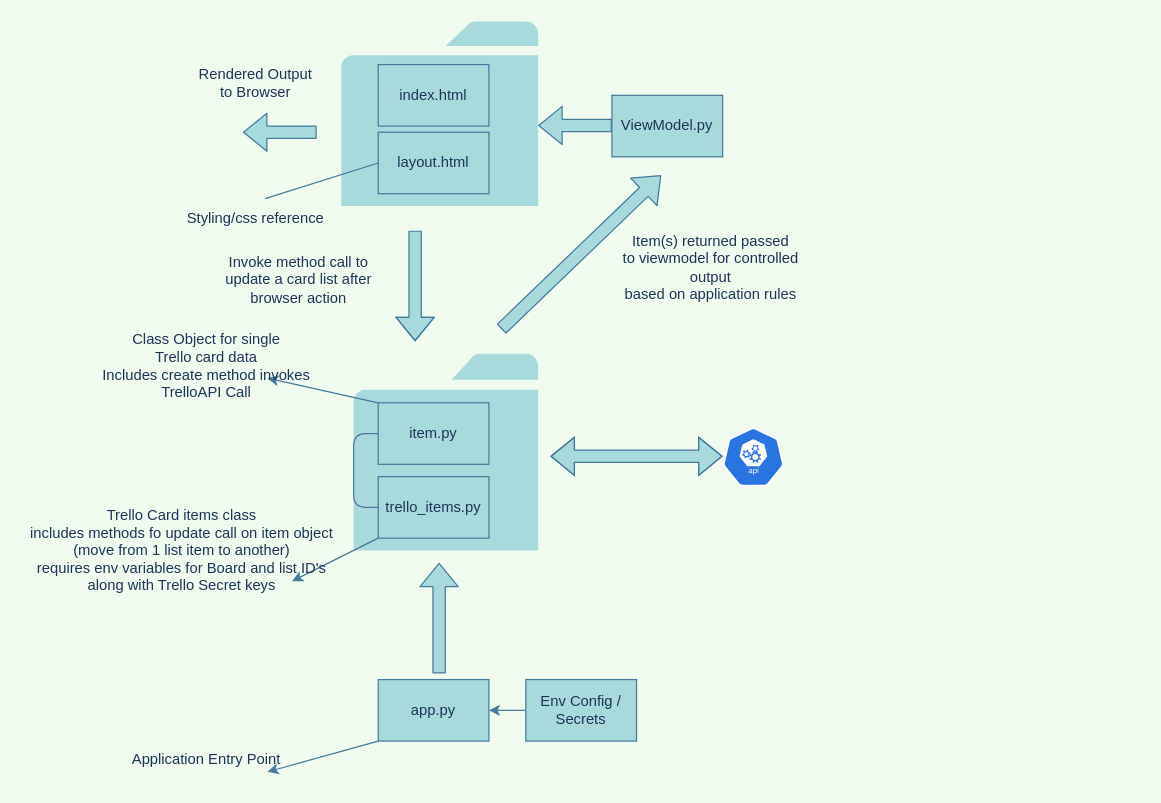
Cliver67/DevOps-Course-Starter keeps this draw.io diagram as documentation/Componentdiagram.drawio. Above is the earlier version. Source tidied: cells renumbered, new cells numbered last; positions are measured from the earlier drawing's top-left corner, leaving out a move shared by most shapes. Both pictures are drawn from the tidied source at 123%, with x=0, y=0 at pixel (21, 21).
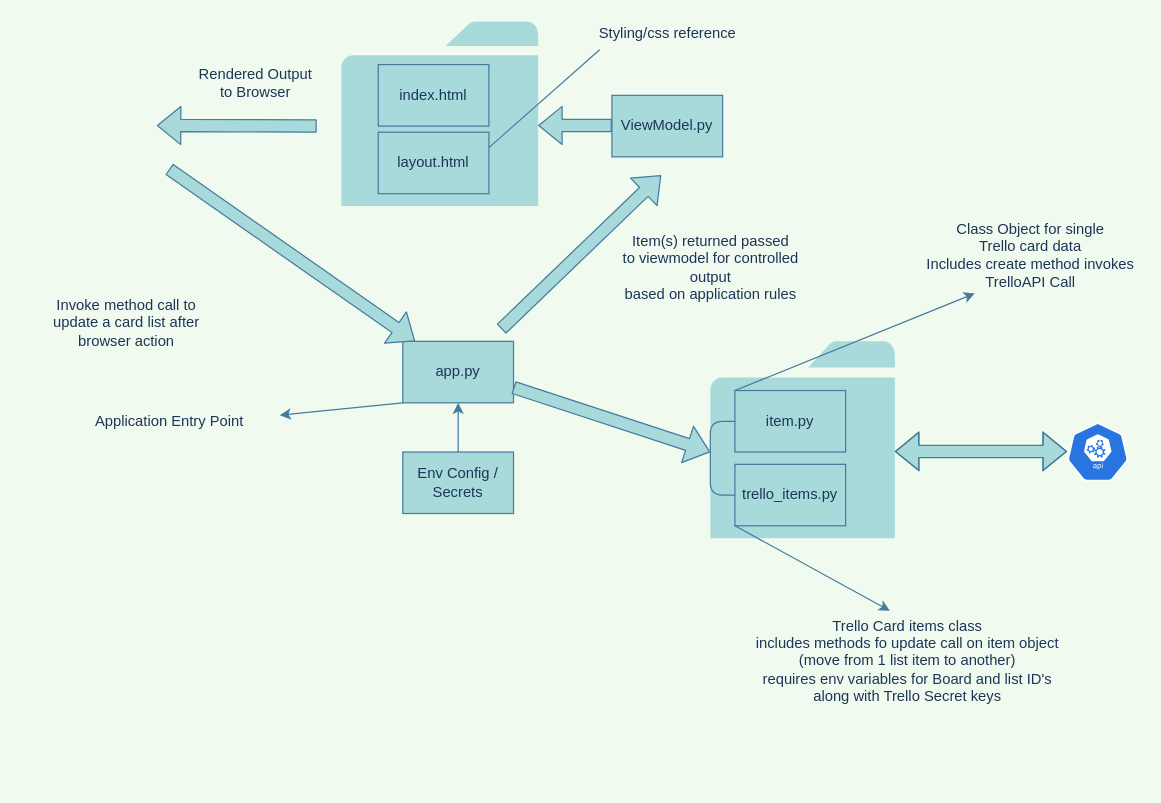
The same diagram, later.

Unchanged cells that the change refers to:
```xml
<mxCell id="5" value="layout.html" style="rounded=0;whiteSpace=wrap;html=1;sketch=0;fontColor=#1D3557;strokeColor=#457B9D;fillColor=#A8DADC;" parent="1" vertex="1">
  <mxGeometry x="290" y="90" width="90" height="50" as="geometry" />
</mxCell>
```

What changed in the source:
```diff
@@
     <mxCell id="3" style="shadow=0;dashed=0;html=1;strokeColor=none;labelPosition=center;verticalLabelPosition=bottom;verticalAlign=top;align=center;shape=mxgraph.office.concepts.folder;fillColor=#A8DADC;rounded=0;sketch=0;fontColor=#1D3557;" parent="1" vertex="1">
-      <mxGeometry x="270" y="270" width="150" height="160" as="geometry" />
+      <mxGeometry x="560" y="260" width="150" height="160" as="geometry" />
     </mxCell>
@@
     <mxCell id="6" style="shape=flexArrow;endArrow=classic;html=1;fontColor=#1D3557;strokeColor=#457B9D;fillColor=#A8DADC;labelBackgroundColor=#F1FAEE;" parent="1" edge="1">
       <mxGeometry relative="1" as="geometry">
-        <mxPoint x="240" y="90" as="sourcePoint" />
-        <mxPoint x="180" y="90" as="targetPoint" />
+        <mxPoint x="240" y="85" as="sourcePoint" />
+        <mxPoint x="110" y="84.5" as="targetPoint" />
       </mxGeometry>
     </mxCell>
@@
     <mxCell id="10" value="Invoke method call to &lt;br&gt;update a card list after &lt;br&gt;browser action" style="text;html=1;align=center;verticalAlign=middle;strokeColor=none;fontColor=#1D3557;" parent="1" vertex="1">
-      <mxGeometry x="160" y="185" width="130" height="50" as="geometry" />
+      <mxGeometry x="20" y="220" width="130" height="50" as="geometry" />
     </mxCell>
@@
     <mxCell id="12" value="trello_items.py" style="rounded=0;whiteSpace=wrap;html=1;sketch=0;fontColor=#1D3557;strokeColor=#457B9D;fillColor=#A8DADC;" parent="1" vertex="1">
-      <mxGeometry x="290" y="370" width="90" height="50" as="geometry" />
+      <mxGeometry x="580" y="360" width="90" height="50" as="geometry" />
     </mxCell>
@@
     <mxCell id="14" value="item.py" style="rounded=0;whiteSpace=wrap;html=1;sketch=0;fontColor=#1D3557;strokeColor=#457B9D;fillColor=#A8DADC;" parent="1" vertex="1">
-      <mxGeometry x="290" y="310" width="90" height="50" as="geometry" />
+      <mxGeometry x="580" y="300" width="90" height="50" as="geometry" />
     </mxCell>
     <mxCell id="15" value="Styling/css reference" style="text;html=1;align=center;verticalAlign=middle;points=[];strokeColor=none;fontColor=#1D3557;" parent="1" vertex="1">
-      <mxGeometry x="125" y="150" width="130" height="20" as="geometry" />
+      <mxGeometry x="460" width="130" height="20" as="geometry" />
     </mxCell>
-    <mxCell id="16" style="endArrow=classic;html=1;fontColor=#1D3557;strokeColor=#457B9D;fillColor=#A8DADC;exitX=0;exitY=0;exitDx=0;exitDy=0;" parent="1" edge="1" source="14">
-      <mxGeometry relative="1" as="geometry">
-        <mxPoint x="200" y="290" as="targetPoint" />
-      </mxGeometry>
+    <mxCell id="16" style="endArrow=classic;html=1;fontColor=#1D3557;strokeColor=#457B9D;fillColor=#A8DADC;exitX=0;exitY=0;exitDx=0;exitDy=0;entryX=0.25;entryY=1.017;entryDx=0;entryDy=0;entryPerimeter=0;" parent="1" edge="1" source="14" target="18">
+      <mxGeometry relative="1" as="geometry" />
     </mxCell>
-    <mxCell id="17" style="endArrow=none;html=1;fontColor=#1D3557;strokeColor=#457B9D;fillColor=#A8DADC;entryX=0;entryY=0.5;entryDx=0;entryDy=0;exitX=0.562;exitY=-0.3;exitDx=0;exitDy=0;exitPerimeter=0;endFill=0;" parent="1" edge="1" source="15" target="5">
+    <mxCell id="17" style="endArrow=none;html=1;fontColor=#1D3557;strokeColor=#457B9D;fillColor=#A8DADC;entryX=1;entryY=0.25;entryDx=0;entryDy=0;exitX=0.077;exitY=1.15;exitDx=0;exitDy=0;exitPerimeter=0;endFill=0;" parent="1" edge="1" source="15" target="5">
       <mxGeometry relative="1" as="geometry" />
     </mxCell>
     <mxCell id="18" value="Class Object for single &lt;br&gt;Trello card data&lt;br&gt;Includes create method invokes &lt;br&gt;TrelloAPI Call" style="text;html=1;align=center;verticalAlign=middle;points=[];strokeColor=none;fontColor=#1D3557;" parent="1" vertex="1">
-      <mxGeometry x="60" y="250" width="180" height="60" as="geometry" />
+      <mxGeometry x="730" y="160" width="180" height="60" as="geometry" />
     </mxCell>
-    <mxCell id="19" style="endArrow=classic;html=1;fontColor=#1D3557;strokeColor=#457B9D;fillColor=#A8DADC;exitX=0;exitY=1;exitDx=0;exitDy=0;" parent="1" edge="1" source="12">
-      <mxGeometry relative="1" as="geometry">
-        <mxPoint x="220" y="455" as="targetPoint" />
-      </mxGeometry>
+    <mxCell id="19" style="endArrow=classic;html=1;fontColor=#1D3557;strokeColor=#457B9D;fillColor=#A8DADC;exitX=0;exitY=1;exitDx=0;exitDy=0;entryX=0.446;entryY=-0.012;entryDx=0;entryDy=0;entryPerimeter=0;" parent="1" edge="1" source="12" target="20">
+      <mxGeometry relative="1" as="geometry" />
     </mxCell>
     <mxCell id="20" value="Trello Card items class&lt;br&gt;includes methods fo update call on item object&lt;br&gt;(move from 1 list item to another)&lt;br&gt;requires env variables for Board and list ID's&lt;br&gt;along with Trello Secret keys" style="text;html=1;align=center;verticalAlign=middle;points=[];strokeColor=none;fontColor=#1D3557;" parent="1" vertex="1">
-      <mxGeometry y="390" width="260" height="80" as="geometry" />
+      <mxGeometry x="590" y="480" width="260" height="80" as="geometry" />
     </mxCell>
     <mxCell id="21" value="app.py" style="rounded=0;whiteSpace=wrap;html=1;sketch=0;fontColor=#1D3557;strokeColor=#457B9D;fillColor=#A8DADC;" parent="1" vertex="1">
-      <mxGeometry x="290" y="535" width="90" height="50" as="geometry" />
+      <mxGeometry x="310" y="260" width="90" height="50" as="geometry" />
     </mxCell>
     <mxCell id="22" style="endArrow=classic;html=1;fontColor=#1D3557;strokeColor=#457B9D;fillColor=#A8DADC;exitX=0;exitY=1;exitDx=0;exitDy=0;" parent="1" edge="1" source="21">
       <mxGeometry relative="1" as="geometry">
-        <mxPoint x="200" y="610" as="targetPoint" />
+        <mxPoint x="210" y="320" as="targetPoint" />
       </mxGeometry>
     </mxCell>
     <mxCell id="23" value="Application Entry Point" style="text;html=1;align=center;verticalAlign=middle;strokeColor=none;fontColor=#1D3557;" parent="1" vertex="1">
-      <mxGeometry x="80" y="590" width="140" height="20" as="geometry" />
+      <mxGeometry x="50" y="315" width="140" height="20" as="geometry" />
     </mxCell>
     <mxCell id="24" value="Env Config / Secrets" style="rounded=0;whiteSpace=wrap;html=1;sketch=0;fontColor=#1D3557;strokeColor=#457B9D;fillColor=#A8DADC;" parent="1" vertex="1">
-      <mxGeometry x="410" y="535" width="90" height="50" as="geometry" />
+      <mxGeometry x="310" y="350" width="90" height="50" as="geometry" />
     </mxCell>
-    <mxCell id="25" style="endArrow=classic;html=1;fontColor=#1D3557;strokeColor=#457B9D;fillColor=#A8DADC;exitX=0;exitY=0.5;exitDx=0;exitDy=0;entryX=1;entryY=0.5;entryDx=0;entryDy=0;" parent="1" edge="1" source="24" target="21">
+    <mxCell id="25" style="endArrow=classic;html=1;fontColor=#1D3557;strokeColor=#457B9D;fillColor=#A8DADC;exitX=0.5;exitY=0;exitDx=0;exitDy=0;entryX=0.5;entryY=1;entryDx=0;entryDy=0;" parent="1" edge="1" source="24" target="21">
       <mxGeometry relative="1" as="geometry" />
     </mxCell>
-    <mxCell id="26" style="shape=flexArrow;endArrow=classic;html=1;fontColor=#1D3557;strokeColor=#457B9D;fillColor=#A8DADC;labelBackgroundColor=#F1FAEE;" parent="1" edge="1">
-      <mxGeometry relative="1" as="geometry">
-        <mxPoint x="339.5" y="530" as="sourcePoint" />
-        <mxPoint x="339.5" y="440" as="targetPoint" />
-      </mxGeometry>
-    </mxCell>
     <mxCell id="27" style="html=1;dashed=0;whitespace=wrap;fillColor=#2875E2;strokeColor=#ffffff;shape=mxgraph.kubernetes.icon;prIcon=api;rounded=0;sketch=0;fontColor=#1D3557;" parent="1" vertex="1">
-      <mxGeometry x="570" y="330" width="50" height="48" as="geometry" />
+      <mxGeometry x="850" y="326" width="50" height="48" as="geometry" />
     </mxCell>
     <mxCell id="28" style="shape=flexArrow;endArrow=classic;startArrow=classic;html=1;fontColor=#1D3557;strokeColor=#457B9D;fillColor=#A8DADC;" parent="1" edge="1">
       <mxGeometry relative="1" as="geometry">
-        <mxPoint x="430" y="353.5" as="sourcePoint" />
-        <mxPoint x="570" y="353.5" as="targetPoint" />
+        <mxPoint x="710" y="349.5" as="sourcePoint" />
+        <mxPoint x="850" y="349.5" as="targetPoint" />
         <Array as="points">
-          <mxPoint x="500" y="353.5" />
+          <mxPoint x="780" y="349.5" />
         </Array>
       </mxGeometry>
     </mxCell>
     <mxCell id="29" style="shape=flexArrow;endArrow=classic;html=1;fontColor=#1D3557;strokeColor=#457B9D;fillColor=#A8DADC;labelBackgroundColor=#F1FAEE;" parent="1" edge="1">
       <mxGeometry relative="1" as="geometry">
-        <mxPoint x="320" y="170" as="sourcePoint" />
+        <mxPoint x="120" y="120" as="sourcePoint" />
         <mxPoint x="320" y="260" as="targetPoint" />
-        <Array as="points">
-          <mxPoint x="320" y="220" />
-        </Array>
       </mxGeometry>
     </mxCell>
@@
+    <mxCell id="31" style="shape=flexArrow;endArrow=classic;html=1;fontColor=#1D3557;strokeColor=#457B9D;fillColor=#A8DADC;labelBackgroundColor=#F1FAEE;exitX=1;exitY=0.75;exitDx=0;exitDy=0;" parent="1" edge="1" source="21">
+      <mxGeometry relative="1" as="geometry">
+        <mxPoint x="560" y="350" as="targetPoint" />
+      </mxGeometry>
+    </mxCell>
```
